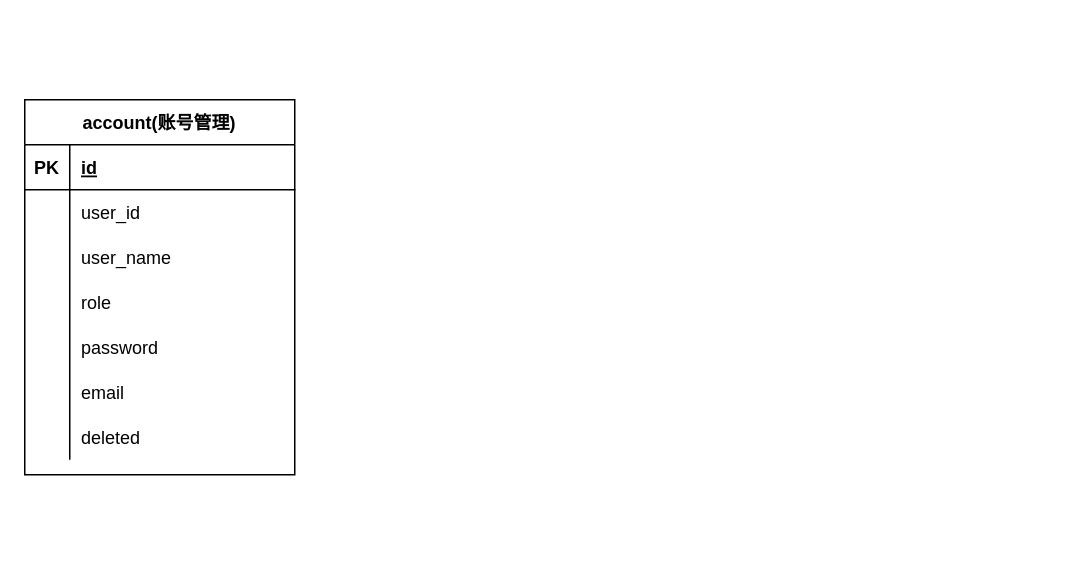
Above: 未命名绘图.drawio in tro-lee/TroForum_server (draw.io), before the change. Source tidied: cells renumbered, new cells numbered last; positions are measured from the earlier drawing's top-left corner, leaving out a move shared by most shapes. Both pictures are drawn from the tidied source at 150%, with x=0, y=0 at pixel (24, 99).
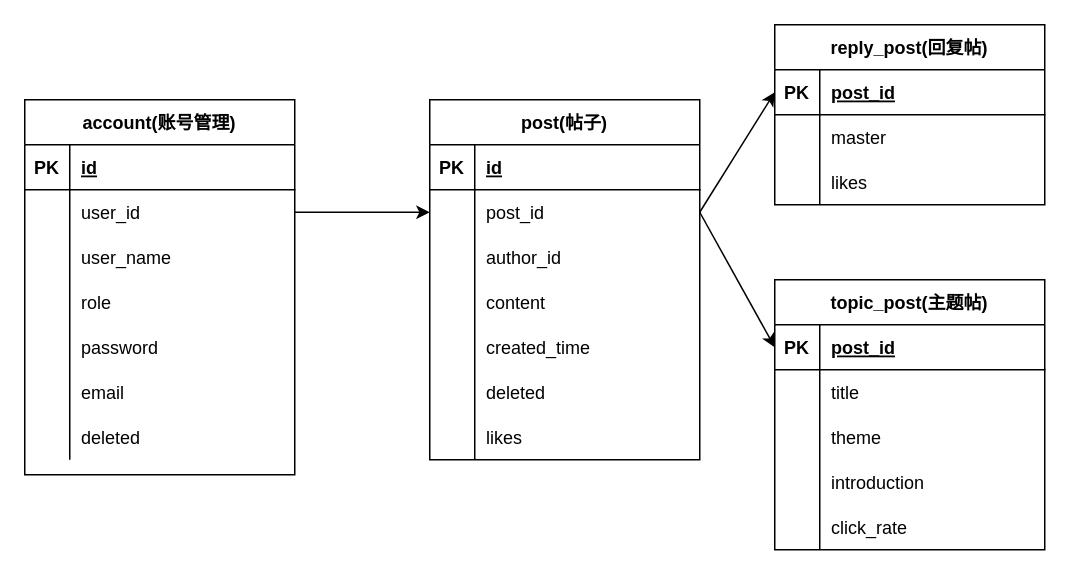
After the change.

Commit message:
帖子类型设置.drawio

Unchanged cells that the change refers to:
```xml
<mxCell id="6" style="shape=tableRow;horizontal=0;startSize=0;swimlaneHead=0;swimlaneBody=0;fillColor=none;points=[[0,0.5],[1,0.5]];portConstraint=eastwest;top=0;left=0;right=0;bottom=0;" parent="2" vertex="1">
  <mxGeometry y="60" width="180" height="30" as="geometry" />
</mxCell>
```

Diff of the diagram source:
```diff
@@
+    <mxCell id="24" value="post(帖子)" style="shape=table;startSize=30;childLayout=tableLayout;rowLines=0;fontStyle=1;align=center;" parent="1" vertex="1">
+      <mxGeometry x="270" width="180" height="240" as="geometry" />
+    </mxCell>
+    <mxCell id="25" style="shape=tableRow;horizontal=0;startSize=0;swimlaneHead=0;swimlaneBody=0;fillColor=none;top=0;left=0;right=0;bottom=1;" parent="24" vertex="1">
+      <mxGeometry y="30" width="180" height="30" as="geometry" />
+    </mxCell>
+    <mxCell id="26" value="PK" style="shape=partialRectangle;fillColor=none;top=0;left=0;bottom=0;right=0;fontStyle=1;overflow=hidden;" parent="25" vertex="1">
+      <mxGeometry width="30" height="30" as="geometry" />
+    </mxCell>
+    <mxCell id="27" value="id" style="shape=partialRectangle;fillColor=none;top=0;left=0;bottom=0;right=0;align=left;spacingLeft=6;fontStyle=5;overflow=hidden;" parent="25" vertex="1">
+      <mxGeometry x="30" width="150" height="30" as="geometry" />
+    </mxCell>
+    <mxCell id="28" style="shape=tableRow;horizontal=0;startSize=0;swimlaneHead=0;swimlaneBody=0;fillColor=none;points=[[0,0.5],[1,0.5]];portConstraint=eastwest;top=0;left=0;right=0;bottom=0;" parent="24" vertex="1">
+      <mxGeometry y="60" width="180" height="30" as="geometry" />
+    </mxCell>
+    <mxCell id="29" style="shape=partialRectangle;fillColor=none;top=0;left=0;bottom=0;right=0;overflow=hidden;" parent="28" vertex="1">
+      <mxGeometry width="30" height="30" as="geometry" />
+    </mxCell>
+    <mxCell id="30" value="post_id " style="shape=partialRectangle;fillColor=none;top=0;left=0;bottom=0;right=0;align=left;spacingLeft=6;overflow=hidden;" parent="28" vertex="1">
+      <mxGeometry x="30" width="150" height="30" as="geometry" />
+    </mxCell>
+    <mxCell id="31" style="shape=tableRow;horizontal=0;startSize=0;swimlaneHead=0;swimlaneBody=0;fillColor=none;top=0;left=0;right=0;bottom=0;" parent="24" vertex="1">
+      <mxGeometry y="90" width="180" height="30" as="geometry" />
+    </mxCell>
+    <mxCell id="32" style="shape=partialRectangle;fillColor=none;top=0;left=0;bottom=0;right=0;overflow=hidden;" parent="31" vertex="1">
+      <mxGeometry width="30" height="30" as="geometry" />
+    </mxCell>
+    <mxCell id="33" value="author_id" style="shape=partialRectangle;fillColor=none;top=0;left=0;bottom=0;right=0;align=left;spacingLeft=6;overflow=hidden;" parent="31" vertex="1">
+      <mxGeometry x="30" width="150" height="30" as="geometry" />
+    </mxCell>
+    <mxCell id="34" style="shape=tableRow;horizontal=0;startSize=0;swimlaneHead=0;swimlaneBody=0;fillColor=none;top=0;left=0;right=0;bottom=0;" parent="24" vertex="1">
+      <mxGeometry y="120" width="180" height="30" as="geometry" />
+    </mxCell>
+    <mxCell id="35" style="shape=partialRectangle;fillColor=none;top=0;left=0;bottom=0;right=0;overflow=hidden;" parent="34" vertex="1">
+      <mxGeometry width="30" height="30" as="geometry" />
+    </mxCell>
+    <mxCell id="36" value="content" style="shape=partialRectangle;fillColor=none;top=0;left=0;bottom=0;right=0;align=left;spacingLeft=6;overflow=hidden;" parent="34" vertex="1">
+      <mxGeometry x="30" width="150" height="30" as="geometry" />
+    </mxCell>
+    <mxCell id="37" style="shape=tableRow;horizontal=0;startSize=0;swimlaneHead=0;swimlaneBody=0;fillColor=none;top=0;left=0;right=0;bottom=0;" parent="24" vertex="1">
+      <mxGeometry y="150" width="180" height="30" as="geometry" />
+    </mxCell>
+    <mxCell id="38" style="shape=partialRectangle;fillColor=none;top=0;left=0;bottom=0;right=0;overflow=hidden;" parent="37" vertex="1">
+      <mxGeometry width="30" height="30" as="geometry" />
+    </mxCell>
+    <mxCell id="39" value="created_time" style="shape=partialRectangle;fillColor=none;top=0;left=0;bottom=0;right=0;align=left;spacingLeft=6;overflow=hidden;" parent="37" vertex="1">
+      <mxGeometry x="30" width="150" height="30" as="geometry" />
+    </mxCell>
+    <mxCell id="40" style="shape=tableRow;horizontal=0;startSize=0;swimlaneHead=0;swimlaneBody=0;fillColor=none;top=0;left=0;right=0;bottom=0;" parent="24" vertex="1">
+      <mxGeometry y="180" width="180" height="30" as="geometry" />
+    </mxCell>
+    <mxCell id="41" style="shape=partialRectangle;fillColor=none;top=0;left=0;bottom=0;right=0;overflow=hidden;" parent="40" vertex="1">
+      <mxGeometry width="30" height="30" as="geometry" />
+    </mxCell>
+    <mxCell id="42" value="deleted" style="shape=partialRectangle;fillColor=none;top=0;left=0;bottom=0;right=0;align=left;spacingLeft=6;overflow=hidden;" parent="40" vertex="1">
+      <mxGeometry x="30" width="150" height="30" as="geometry" />
+    </mxCell>
+    <mxCell id="43" style="shape=tableRow;horizontal=0;startSize=0;swimlaneHead=0;swimlaneBody=0;fillColor=none;top=0;left=0;right=0;bottom=0;" parent="24" vertex="1">
+      <mxGeometry y="210" width="180" height="30" as="geometry" />
+    </mxCell>
+    <mxCell id="44" style="shape=partialRectangle;fillColor=none;top=0;left=0;bottom=0;right=0;overflow=hidden;" parent="43" vertex="1">
+      <mxGeometry width="30" height="30" as="geometry" />
+    </mxCell>
+    <mxCell id="45" value="likes" style="shape=partialRectangle;fillColor=none;top=0;left=0;bottom=0;right=0;align=left;spacingLeft=6;overflow=hidden;" parent="43" vertex="1">
+      <mxGeometry x="30" width="150" height="30" as="geometry" />
+    </mxCell>
+    <mxCell id="46" style="edgeStyle=none;rounded=0;jettySize=auto;html=1;exitX=1;exitY=0.5;exitDx=0;exitDy=0;entryX=0;entryY=0.5;entryDx=0;entryDy=0;" parent="1" edge="1" source="6" target="28">
+      <mxGeometry relative="1" as="geometry" />
+    </mxCell>
+    <mxCell id="47" value="topic_post(主题帖)" style="shape=table;startSize=30;childLayout=tableLayout;rowLines=0;fontStyle=1;align=center;" parent="1" vertex="1">
+      <mxGeometry x="500" y="120" width="180" height="180" as="geometry" />
+    </mxCell>
+    <mxCell id="48" style="shape=tableRow;horizontal=0;startSize=0;swimlaneHead=0;swimlaneBody=0;fillColor=none;points=[[0,0.5],[1,0.5]];portConstraint=eastwest;top=0;left=0;right=0;bottom=1;" parent="47" vertex="1">
+      <mxGeometry y="30" width="180" height="30" as="geometry" />
+    </mxCell>
+    <mxCell id="49" value="PK" style="shape=partialRectangle;fillColor=none;top=0;left=0;bottom=0;right=0;fontStyle=1;overflow=hidden;" parent="48" vertex="1">
+      <mxGeometry width="30" height="30" as="geometry" />
+    </mxCell>
+    <mxCell id="50" value="post_id" style="shape=partialRectangle;fillColor=none;top=0;left=0;bottom=0;right=0;align=left;spacingLeft=6;fontStyle=5;overflow=hidden;" parent="48" vertex="1">
+      <mxGeometry x="30" width="150" height="30" as="geometry" />
+    </mxCell>
+    <mxCell id="51" style="shape=tableRow;horizontal=0;startSize=0;swimlaneHead=0;swimlaneBody=0;fillColor=none;top=0;left=0;right=0;bottom=0;" parent="47" vertex="1">
+      <mxGeometry y="60" width="180" height="30" as="geometry" />
+    </mxCell>
+    <mxCell id="52" style="shape=partialRectangle;fillColor=none;top=0;left=0;bottom=0;right=0;overflow=hidden;" parent="51" vertex="1">
+      <mxGeometry width="30" height="30" as="geometry" />
+    </mxCell>
+    <mxCell id="53" value="title" style="shape=partialRectangle;fillColor=none;top=0;left=0;bottom=0;right=0;align=left;spacingLeft=6;overflow=hidden;" parent="51" vertex="1">
+      <mxGeometry x="30" width="150" height="30" as="geometry" />
+    </mxCell>
+    <mxCell id="54" style="shape=tableRow;horizontal=0;startSize=0;swimlaneHead=0;swimlaneBody=0;fillColor=none;top=0;left=0;right=0;bottom=0;" parent="47" vertex="1">
+      <mxGeometry y="90" width="180" height="30" as="geometry" />
+    </mxCell>
+    <mxCell id="55" style="shape=partialRectangle;fillColor=none;top=0;left=0;bottom=0;right=0;overflow=hidden;" parent="54" vertex="1">
+      <mxGeometry width="30" height="30" as="geometry" />
+    </mxCell>
+    <mxCell id="56" value="theme" style="shape=partialRectangle;fillColor=none;top=0;left=0;bottom=0;right=0;align=left;spacingLeft=6;overflow=hidden;" parent="54" vertex="1">
+      <mxGeometry x="30" width="150" height="30" as="geometry" />
+    </mxCell>
+    <mxCell id="57" style="shape=tableRow;horizontal=0;startSize=0;swimlaneHead=0;swimlaneBody=0;fillColor=none;top=0;left=0;right=0;bottom=0;" parent="47" vertex="1">
+      <mxGeometry y="120" width="180" height="30" as="geometry" />
+    </mxCell>
+    <mxCell id="58" style="shape=partialRectangle;fillColor=none;top=0;left=0;bottom=0;right=0;overflow=hidden;" parent="57" vertex="1">
+      <mxGeometry width="30" height="30" as="geometry" />
+    </mxCell>
+    <mxCell id="59" value="introduction" style="shape=partialRectangle;fillColor=none;top=0;left=0;bottom=0;right=0;align=left;spacingLeft=6;overflow=hidden;" parent="57" vertex="1">
+      <mxGeometry x="30" width="150" height="30" as="geometry" />
+    </mxCell>
+    <mxCell id="60" style="shape=tableRow;horizontal=0;startSize=0;swimlaneHead=0;swimlaneBody=0;fillColor=none;top=0;left=0;right=0;bottom=0;" parent="47" vertex="1">
+      <mxGeometry y="150" width="180" height="30" as="geometry" />
+    </mxCell>
+    <mxCell id="61" style="shape=partialRectangle;fillColor=none;top=0;left=0;bottom=0;right=0;overflow=hidden;" parent="60" vertex="1">
+      <mxGeometry width="30" height="30" as="geometry" />
+    </mxCell>
+    <mxCell id="62" value="click_rate" style="shape=partialRectangle;fillColor=none;top=0;left=0;bottom=0;right=0;align=left;spacingLeft=6;overflow=hidden;" parent="60" vertex="1">
+      <mxGeometry x="30" width="150" height="30" as="geometry" />
+    </mxCell>
+    <mxCell id="63" style="edgeStyle=none;rounded=0;jettySize=auto;html=1;exitX=1;exitY=0.5;exitDx=0;exitDy=0;entryX=0;entryY=0.5;entryDx=0;entryDy=0;" parent="1" edge="1" source="28" target="48">
+      <mxGeometry relative="1" as="geometry" />
+    </mxCell>
+    <mxCell id="64" value="reply_post(回复帖)" style="shape=table;startSize=30;childLayout=tableLayout;rowLines=0;fontStyle=1;align=center;" parent="1" vertex="1">
+      <mxGeometry x="500" y="-50" width="180" height="120" as="geometry" />
+    </mxCell>
+    <mxCell id="65" style="shape=tableRow;horizontal=0;startSize=0;swimlaneHead=0;swimlaneBody=0;fillColor=none;points=[[0,0.5],[1,0.5]];portConstraint=eastwest;top=0;left=0;right=0;bottom=1;" parent="64" vertex="1">
+      <mxGeometry y="30" width="180" height="30" as="geometry" />
+    </mxCell>
+    <mxCell id="66" value="PK" style="shape=partialRectangle;fillColor=none;top=0;left=0;bottom=0;right=0;fontStyle=1;overflow=hidden;" parent="65" vertex="1">
+      <mxGeometry width="30" height="30" as="geometry" />
+    </mxCell>
+    <mxCell id="67" value="post_id" style="shape=partialRectangle;fillColor=none;top=0;left=0;bottom=0;right=0;align=left;spacingLeft=6;fontStyle=5;overflow=hidden;" parent="65" vertex="1">
+      <mxGeometry x="30" width="150" height="30" as="geometry" />
+    </mxCell>
+    <mxCell id="68" style="shape=tableRow;horizontal=0;startSize=0;swimlaneHead=0;swimlaneBody=0;fillColor=none;top=0;left=0;right=0;bottom=0;" parent="64" vertex="1">
+      <mxGeometry y="60" width="180" height="30" as="geometry" />
+    </mxCell>
+    <mxCell id="69" style="shape=partialRectangle;fillColor=none;top=0;left=0;bottom=0;right=0;overflow=hidden;" parent="68" vertex="1">
+      <mxGeometry width="30" height="30" as="geometry" />
+    </mxCell>
+    <mxCell id="70" value="master" style="shape=partialRectangle;fillColor=none;top=0;left=0;bottom=0;right=0;align=left;spacingLeft=6;overflow=hidden;" parent="68" vertex="1">
+      <mxGeometry x="30" width="150" height="30" as="geometry" />
+    </mxCell>
+    <mxCell id="71" style="shape=tableRow;horizontal=0;startSize=0;swimlaneHead=0;swimlaneBody=0;fillColor=none;top=0;left=0;right=0;bottom=0;" parent="64" vertex="1">
+      <mxGeometry y="90" width="180" height="30" as="geometry" />
+    </mxCell>
+    <mxCell id="72" style="shape=partialRectangle;fillColor=none;top=0;left=0;bottom=0;right=0;overflow=hidden;" parent="71" vertex="1">
+      <mxGeometry width="30" height="30" as="geometry" />
+    </mxCell>
+    <mxCell id="73" value="likes" style="shape=partialRectangle;fillColor=none;top=0;left=0;bottom=0;right=0;align=left;spacingLeft=6;overflow=hidden;" parent="71" vertex="1">
+      <mxGeometry x="30" width="150" height="30" as="geometry" />
+    </mxCell>
+    <mxCell id="74" style="edgeStyle=none;rounded=0;jettySize=auto;html=1;exitX=1;exitY=0.5;exitDx=0;exitDy=0;entryX=0;entryY=0.5;entryDx=0;entryDy=0;" parent="1" edge="1" source="28" target="65">
+      <mxGeometry relative="1" as="geometry" />
+    </mxCell>
```
